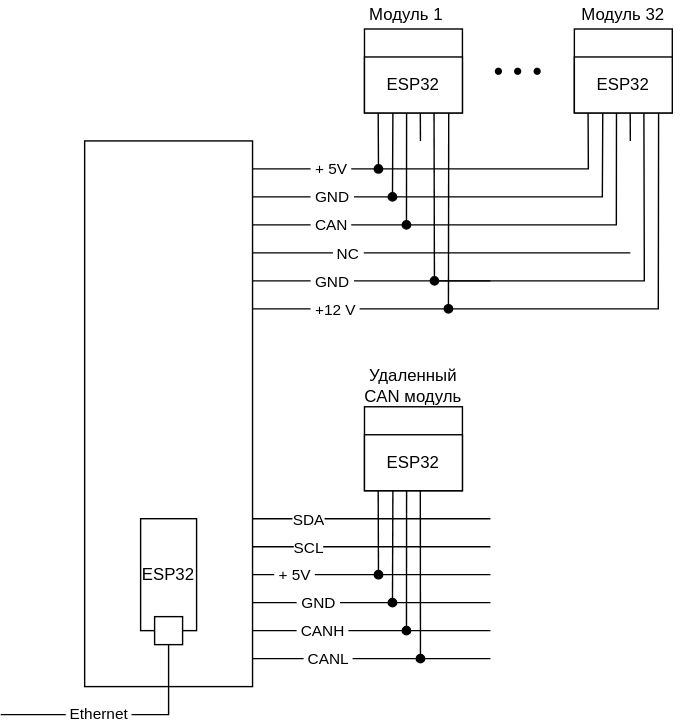
Earlier version of the draw.io export docs/esphome/segment.svg (atitoff/CSH4). Source tidied: cells renumbered, new cells last; positions are measured from the earlier drawing's top-left corner, leaving out a move shared by most shapes.
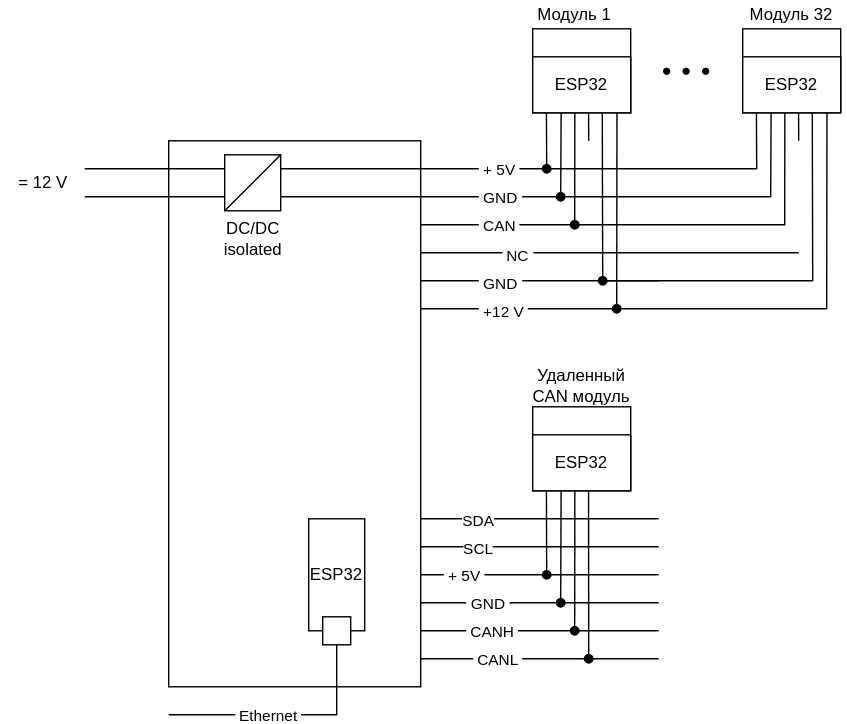
The same diagram one commit later.

Change to the diagram source:
```diff
@@ -3,7 +3,7 @@
     <mxCell id="0" />
     <mxCell id="1" parent="0" />
     <mxCell id="2" style="rounded=0;whiteSpace=wrap;html=1;" parent="1" vertex="1">
-      <mxGeometry x="60" y="100" width="120" height="390" as="geometry" />
+      <mxGeometry y="100" width="180" height="390" as="geometry" />
     </mxCell>
     <mxCell id="3" value="ESP32" style="rounded=0;whiteSpace=wrap;html=1;" parent="1" vertex="1">
       <mxGeometry x="100" y="370" width="40" height="80" as="geometry" />
@@ -284,5 +284,37 @@
         <mxPoint x="300" y="470" as="sourcePoint" />
       </mxGeometry>
     </mxCell>
+    <mxCell id="54" style="rounded=0;whiteSpace=wrap;html=1;" parent="1" vertex="1">
+      <mxGeometry x="40" y="110" width="40" height="40" as="geometry" />
+    </mxCell>
+    <mxCell id="55" style="endArrow=none;html=1;rounded=0;exitX=0;exitY=1;exitDx=0;exitDy=0;entryX=1;entryY=0;entryDx=0;entryDy=0;" parent="1" edge="1" source="54" target="54">
+      <mxGeometry relative="1" as="geometry" />
+    </mxCell>
+    <mxCell id="56" value="DC/DC&lt;br&gt;isolated" style="text;html=1;align=center;verticalAlign=middle;strokeColor=none;fillColor=none;" parent="1" vertex="1">
+      <mxGeometry x="30" y="150" width="60" height="40" as="geometry" />
+    </mxCell>
+    <mxCell id="57" style="endArrow=none;html=1;rounded=0;entryX=0;entryY=0.25;entryDx=0;entryDy=0;" parent="1" edge="1" target="54">
+      <mxGeometry relative="1" as="geometry">
+        <mxPoint x="-60" y="120" as="sourcePoint" />
+      </mxGeometry>
+    </mxCell>
+    <mxCell id="58" style="endArrow=none;html=1;rounded=0;entryX=0;entryY=0.75;entryDx=0;entryDy=0;" parent="1" edge="1" target="54">
+      <mxGeometry relative="1" as="geometry">
+        <mxPoint x="-60" y="140" as="sourcePoint" />
+      </mxGeometry>
+    </mxCell>
+    <mxCell id="59" value="= 12 V" style="text;html=1;align=center;verticalAlign=middle;strokeColor=none;fillColor=none;" parent="1" vertex="1">
+      <mxGeometry x="-120" y="115" width="60" height="30" as="geometry" />
+    </mxCell>
+    <mxCell id="60" style="endArrow=none;html=1;rounded=0;exitX=1;exitY=0.25;exitDx=0;exitDy=0;" parent="1" edge="1" source="54">
+      <mxGeometry relative="1" as="geometry">
+        <mxPoint x="180" y="120" as="targetPoint" />
+      </mxGeometry>
+    </mxCell>
+    <mxCell id="61" style="endArrow=none;html=1;rounded=0;exitX=1;exitY=0.75;exitDx=0;exitDy=0;" parent="1" edge="1" source="54">
+      <mxGeometry relative="1" as="geometry">
+        <mxPoint x="180" y="140" as="targetPoint" />
+      </mxGeometry>
+    </mxCell>
   </root>
 </mxGraphModel>
```
